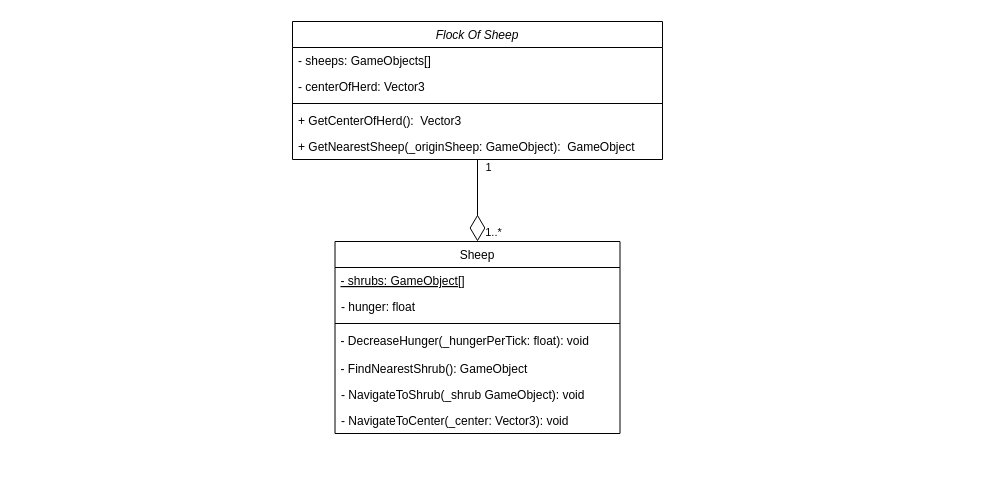
This is KI_Verhalten_UML.drawio from Gsxrwolf/Abgabe_Softwareplanung, a draw.io file, before an edit. Source tidied: cells renumbered, new cells numbered last; positions are measured from the earlier drawing's top-left corner, leaving out a move shared by most shapes. Both pictures are drawn from the tidied source at 100%, with x=0, y=0 at pixel (292, 21).
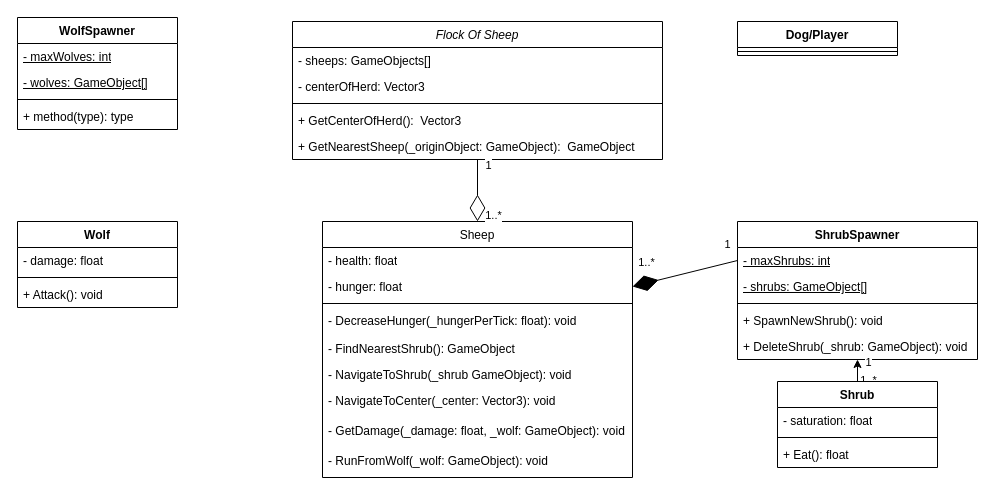
Above is the later version.

Commit message:
Added Shrubs and Wolves

The change refers to these unchanged cells:
```xml
<mxCell id="2" value="Flock Of Sheep" style="swimlane;fontStyle=2;align=center;verticalAlign=top;horizontal=1;startSize=26;rounded=0;shadow=0;strokeWidth=1;" parent="1" vertex="1">
  <mxGeometry width="370" height="138" as="geometry" />
</mxCell>
```

What changed in the source:
```diff
@@
-    <mxCell id="7" value="+ GetNearestSheep(_originSheep: GameObject):&amp;nbsp; GameObject" style="text;strokeColor=none;fillColor=none;align=left;verticalAlign=top;spacingLeft=4;spacingRight=4;overflow=hidden;whiteSpace=wrap;html=1;" parent="2" vertex="1">
+    <mxCell id="7" value="+ GetNearestSheep(_originObject: GameObject):&amp;nbsp; GameObject" style="text;strokeColor=none;fillColor=none;align=left;verticalAlign=top;spacingLeft=4;spacingRight=4;overflow=hidden;whiteSpace=wrap;html=1;" parent="2" vertex="1">
       <mxGeometry y="112" width="370" height="26" as="geometry" />
     </mxCell>
     <mxCell id="8" value="Sheep" style="swimlane;fontStyle=0;align=center;verticalAlign=top;horizontal=1;startSize=26;rounded=0;shadow=0;strokeWidth=1;" parent="1" vertex="1">
-      <mxGeometry x="42.5" y="220" width="285" height="192" as="geometry" />
+      <mxGeometry x="30" y="200" width="310" height="256" as="geometry" />
     </mxCell>
-    <mxCell id="9" value="- shrubs: GameObject[]" style="text;align=left;verticalAlign=top;spacingLeft=4;spacingRight=4;overflow=hidden;fontStyle=4;" parent="8" vertex="1">
-      <mxGeometry y="26" width="285" height="26" as="geometry" />
-    </mxCell>
+    <mxCell id="19" value="- health: float" style="text;strokeColor=none;fillColor=none;align=left;verticalAlign=top;spacingLeft=4;spacingRight=4;overflow=hidden;whiteSpace=wrap;html=1;" parent="8" vertex="1">
+      <mxGeometry y="26" width="310" height="26" as="geometry" />
+    </mxCell>
     <mxCell id="10" value="- hunger: float" style="text;strokeColor=none;fillColor=none;align=left;verticalAlign=top;spacingLeft=4;spacingRight=4;overflow=hidden;points=[[0,0.5],[1,0.5]];portConstraint=eastwest;whiteSpace=wrap;html=1;" parent="8" vertex="1">
-      <mxGeometry y="52" width="285" height="26" as="geometry" />
+      <mxGeometry y="52" width="310" height="26" as="geometry" />
     </mxCell>
     <mxCell id="11" style="line;html=1;strokeWidth=1;align=left;verticalAlign=middle;spacingTop=-1;spacingLeft=3;spacingRight=3;labelPosition=right;" parent="8" vertex="1">
-      <mxGeometry y="78" width="285" height="8" as="geometry" />
+      <mxGeometry y="78" width="310" height="8" as="geometry" />
     </mxCell>
     <mxCell id="12" value="- DecreaseHunger(_hungerPerTick: float): void" style="text;align=left;verticalAlign=top;spacingLeft=4;spacingRight=4;overflow=hidden;fontStyle=0;" parent="8" vertex="1">
-      <mxGeometry y="86" width="285" height="28" as="geometry" />
+      <mxGeometry y="86" width="310" height="28" as="geometry" />
     </mxCell>
     <mxCell id="13" value="- FindNearestShrub(): GameObject" style="text;align=left;verticalAlign=top;spacingLeft=4;spacingRight=4;overflow=hidden;" parent="8" vertex="1">
-      <mxGeometry y="114" width="285" height="26" as="geometry" />
+      <mxGeometry y="114" width="310" height="26" as="geometry" />
     </mxCell>
     <mxCell id="14" value="- NavigateToShrub(_shrub GameObject): void" style="text;strokeColor=none;fillColor=none;align=left;verticalAlign=top;spacingLeft=4;spacingRight=4;overflow=hidden;whiteSpace=wrap;html=1;" parent="8" vertex="1">
-      <mxGeometry y="140" width="285" height="26" as="geometry" />
+      <mxGeometry y="140" width="310" height="26" as="geometry" />
     </mxCell>
     <mxCell id="15" value="- NavigateToCenter(_center: Vector3): void" style="text;strokeColor=none;fillColor=none;align=left;verticalAlign=top;spacingLeft=4;spacingRight=4;overflow=hidden;whiteSpace=wrap;html=1;" parent="8" vertex="1">
-      <mxGeometry y="166" width="285" height="26" as="geometry" />
+      <mxGeometry y="166" width="310" height="30" as="geometry" />
     </mxCell>
+    <mxCell id="20" value="- GetDamage(_damage: float, _wolf: GameObject): void" style="text;strokeColor=none;fillColor=none;align=left;verticalAlign=top;spacingLeft=4;spacingRight=4;overflow=hidden;whiteSpace=wrap;html=1;" parent="8" vertex="1">
+      <mxGeometry y="196" width="310" height="30" as="geometry" />
+    </mxCell>
+    <mxCell id="21" value="- RunFromWolf(_wolf: GameObject): void" style="text;strokeColor=none;fillColor=none;align=left;verticalAlign=top;spacingLeft=4;spacingRight=4;overflow=hidden;whiteSpace=wrap;html=1;" parent="8" vertex="1">
+      <mxGeometry y="226" width="310" height="30" as="geometry" />
+    </mxCell>
@@
+    <mxCell id="22" value="&lt;b&gt;ShrubSpawner&lt;/b&gt;" style="swimlane;fontStyle=1;align=center;verticalAlign=top;horizontal=1;startSize=26;whiteSpace=wrap;html=1;shadow=0;swimlaneLine=1;rounded=0;glass=0;" parent="1" vertex="1">
+      <mxGeometry x="445" y="200" width="240" height="138" as="geometry" />
+    </mxCell>
+    <mxCell id="23" value="&lt;span style=&quot;text-wrap: nowrap; text-decoration-line: underline;&quot;&gt;- maxShrubs: int&lt;/span&gt;" style="text;strokeColor=none;fillColor=none;align=left;verticalAlign=top;spacingLeft=4;spacingRight=4;overflow=hidden;points=[[0,0.5],[1,0.5]];portConstraint=eastwest;whiteSpace=wrap;html=1;" parent="22" vertex="1">
+      <mxGeometry y="26" width="240" height="26" as="geometry" />
+    </mxCell>
+    <mxCell id="9" value="&lt;span style=&quot;text-wrap: nowrap; text-decoration-line: underline;&quot;&gt;- shrubs: GameObject[]&lt;/span&gt;" style="text;strokeColor=none;fillColor=none;align=left;verticalAlign=top;spacingLeft=4;spacingRight=4;overflow=hidden;whiteSpace=wrap;html=1;" parent="22" vertex="1">
+      <mxGeometry y="52" width="240" height="26" as="geometry" />
+    </mxCell>
+    <mxCell id="24" style="line;strokeWidth=1;fillColor=none;align=left;verticalAlign=middle;spacingTop=-1;spacingLeft=3;spacingRight=3;labelPosition=right;strokeColor=inherit;" parent="22" vertex="1">
+      <mxGeometry y="78" width="240" height="8" as="geometry" />
+    </mxCell>
+    <mxCell id="25" value="+ SpawnNewShrub(): void" style="text;strokeColor=none;fillColor=none;align=left;verticalAlign=top;spacingLeft=4;spacingRight=4;overflow=hidden;whiteSpace=wrap;html=1;" parent="22" vertex="1">
+      <mxGeometry y="86" width="240" height="26" as="geometry" />
+    </mxCell>
+    <mxCell id="26" value="+ DeleteShrub(_shrub: GameObject): void" style="text;strokeColor=none;fillColor=none;align=left;verticalAlign=top;spacingLeft=4;spacingRight=4;overflow=hidden;whiteSpace=wrap;html=1;" parent="22" vertex="1">
+      <mxGeometry y="112" width="240" height="26" as="geometry" />
+    </mxCell>
+    <mxCell id="27" style="edgeStyle=orthogonalEdgeStyle;rounded=0;jettySize=auto;html=1;exitX=0.5;exitY=0;exitDx=0;exitDy=0;entryX=0.5;entryY=1;entryDx=0;entryDy=0;" parent="1" edge="1" source="30" target="22">
+      <mxGeometry relative="1" as="geometry" />
+    </mxCell>
+    <mxCell id="28" value="1..*" style="edgeLabel;html=1;align=center;verticalAlign=middle;" parent="27" vertex="1">
+      <mxGeometry x="-0.81" relative="1" as="geometry">
+        <mxPoint x="10" as="offset" />
+      </mxGeometry>
+    </mxCell>
+    <mxCell id="29" value="1" style="edgeLabel;html=1;align=center;verticalAlign=middle;" parent="27" vertex="1">
+      <mxGeometry x="0.81" y="1" relative="1" as="geometry">
+        <mxPoint x="11" as="offset" />
+      </mxGeometry>
+    </mxCell>
+    <mxCell id="30" value="&lt;b&gt;Shrub&lt;/b&gt;" style="swimlane;fontStyle=1;align=center;verticalAlign=top;horizontal=1;startSize=26;whiteSpace=wrap;html=1;" parent="1" vertex="1">
+      <mxGeometry x="485" y="360" width="160" height="86" as="geometry" />
+    </mxCell>
+    <mxCell id="31" value="-&amp;nbsp;saturation: float" style="text;strokeColor=none;fillColor=none;align=left;verticalAlign=top;spacingLeft=4;spacingRight=4;overflow=hidden;whiteSpace=wrap;html=1;" parent="30" vertex="1">
+      <mxGeometry y="26" width="160" height="26" as="geometry" />
+    </mxCell>
+    <mxCell id="32" style="line;strokeWidth=1;fillColor=none;align=left;verticalAlign=middle;spacingTop=-1;spacingLeft=3;spacingRight=3;labelPosition=right;strokeColor=inherit;" parent="30" vertex="1">
+      <mxGeometry y="52" width="160" height="8" as="geometry" />
+    </mxCell>
+    <mxCell id="33" value="+ Eat(): float" style="text;strokeColor=none;fillColor=none;align=left;verticalAlign=top;spacingLeft=4;spacingRight=4;overflow=hidden;whiteSpace=wrap;html=1;" parent="30" vertex="1">
+      <mxGeometry y="60" width="160" height="26" as="geometry" />
+    </mxCell>
+    <mxCell id="34" style="endArrow=diamondThin;endFill=1;endSize=24;html=1;rounded=0;entryX=1;entryY=0.5;entryDx=0;entryDy=0;exitX=0;exitY=0.5;exitDx=0;exitDy=0;" parent="1" edge="1" source="23" target="10">
+      <mxGeometry relative="1" as="geometry" />
+    </mxCell>
+    <mxCell id="35" value="1..*" style="edgeLabel;html=1;align=center;verticalAlign=middle;" parent="34" vertex="1">
+      <mxGeometry x="0.58" y="1" relative="1" as="geometry">
+        <mxPoint x="-9" y="-20" as="offset" />
+      </mxGeometry>
+    </mxCell>
+    <mxCell id="36" value="1" style="edgeLabel;html=1;align=center;verticalAlign=middle;" parent="34" vertex="1">
+      <mxGeometry x="-0.82" y="-2" relative="1" as="geometry">
+        <mxPoint y="-17" as="offset" />
+      </mxGeometry>
+    </mxCell>
+    <mxCell id="37" value="Dog/Player" style="swimlane;fontStyle=1;align=center;verticalAlign=top;horizontal=1;startSize=26;whiteSpace=wrap;html=1;" parent="1" vertex="1">
+      <mxGeometry x="445" width="160" height="34" as="geometry" />
+    </mxCell>
+    <mxCell id="38" style="line;strokeWidth=1;fillColor=none;align=left;verticalAlign=middle;spacingTop=-1;spacingLeft=3;spacingRight=3;labelPosition=right;strokeColor=inherit;" parent="37" vertex="1">
+      <mxGeometry y="26" width="160" height="8" as="geometry" />
+    </mxCell>
+    <mxCell id="39" value="Wolf" style="swimlane;fontStyle=1;align=center;verticalAlign=top;horizontal=1;startSize=26;whiteSpace=wrap;html=1;" parent="1" vertex="1">
+      <mxGeometry x="-275" y="200" width="160" height="86" as="geometry" />
+    </mxCell>
+    <mxCell id="40" value="- damage: float" style="text;strokeColor=none;fillColor=none;align=left;verticalAlign=top;spacingLeft=4;spacingRight=4;overflow=hidden;whiteSpace=wrap;html=1;" parent="39" vertex="1">
+      <mxGeometry y="26" width="160" height="26" as="geometry" />
+    </mxCell>
+    <mxCell id="41" style="line;strokeWidth=1;fillColor=none;align=left;verticalAlign=middle;spacingTop=-1;spacingLeft=3;spacingRight=3;labelPosition=right;strokeColor=inherit;" parent="39" vertex="1">
+      <mxGeometry y="52" width="160" height="8" as="geometry" />
+    </mxCell>
+    <mxCell id="42" value="+ Attack(): void" style="text;strokeColor=none;fillColor=none;align=left;verticalAlign=top;spacingLeft=4;spacingRight=4;overflow=hidden;whiteSpace=wrap;html=1;" parent="39" vertex="1">
+      <mxGeometry y="60" width="160" height="26" as="geometry" />
+    </mxCell>
+    <mxCell id="43" value="WolfSpawner" style="swimlane;fontStyle=1;align=center;verticalAlign=top;horizontal=1;startSize=26;whiteSpace=wrap;html=1;" parent="1" vertex="1">
+      <mxGeometry x="-275" y="-4" width="160" height="112" as="geometry" />
+    </mxCell>
+    <mxCell id="44" value="&lt;span style=&quot;text-wrap: nowrap;&quot;&gt;&lt;u&gt;- maxWolves: int&lt;/u&gt;&lt;/span&gt;" style="text;strokeColor=none;fillColor=none;align=left;verticalAlign=top;spacingLeft=4;spacingRight=4;overflow=hidden;whiteSpace=wrap;html=1;" parent="43" vertex="1">
+      <mxGeometry y="26" width="160" height="26" as="geometry" />
+    </mxCell>
+    <mxCell id="45" value="&lt;span style=&quot;text-wrap: nowrap; text-decoration-line: underline;&quot;&gt;- wolves: GameObject[]&lt;/span&gt;" style="text;strokeColor=none;fillColor=none;align=left;verticalAlign=top;spacingLeft=4;spacingRight=4;overflow=hidden;whiteSpace=wrap;html=1;" parent="43" vertex="1">
+      <mxGeometry y="52" width="160" height="26" as="geometry" />
+    </mxCell>
+    <mxCell id="46" style="line;strokeWidth=1;fillColor=none;align=left;verticalAlign=middle;spacingTop=-1;spacingLeft=3;spacingRight=3;labelPosition=right;strokeColor=inherit;" parent="43" vertex="1">
+      <mxGeometry y="78" width="160" height="8" as="geometry" />
+    </mxCell>
+    <mxCell id="47" value="+ method(type): type" style="text;strokeColor=none;fillColor=none;align=left;verticalAlign=top;spacingLeft=4;spacingRight=4;overflow=hidden;whiteSpace=wrap;html=1;" parent="43" vertex="1">
+      <mxGeometry y="86" width="160" height="26" as="geometry" />
+    </mxCell>
```
